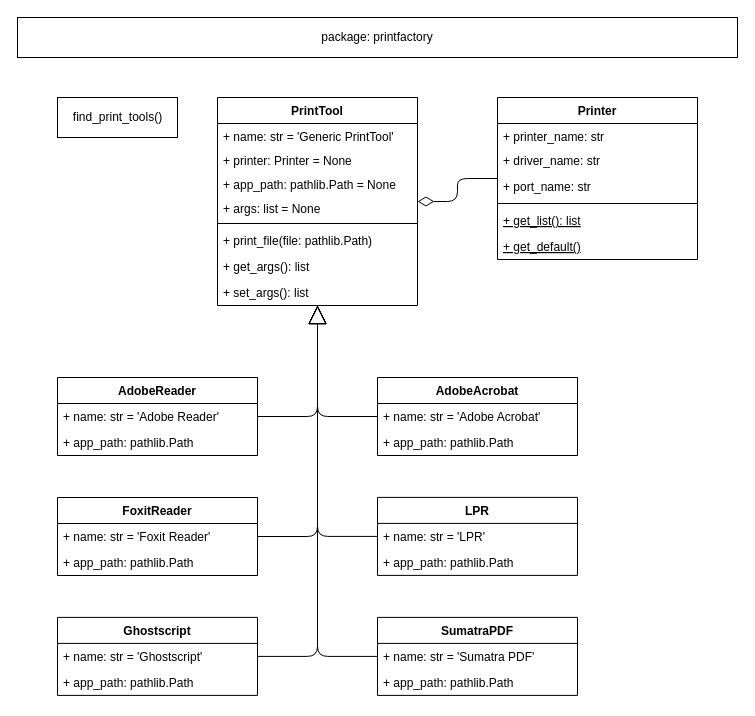
dl6nm/printfactory keeps this draw.io diagram as doc/printfactory.drawio. Above is the earlier version. Source tidied: cells renumbered, new cells numbered last; positions are measured from the earlier drawing's top-left corner, leaving out a move shared by most shapes. Both pictures are drawn from the tidied source at 100%, with x=0, y=0 at pixel (17, 17).
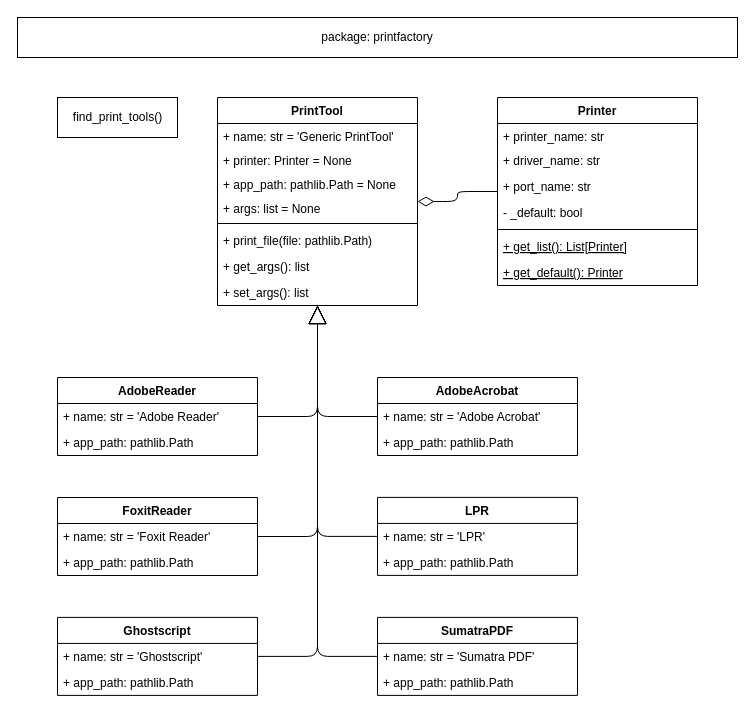
The same page after the edit.

Commit message (it also covers changes not shown here):
test: add attribute "default" to Printer class

This is for checking if a printer is the defaults system printer.

Diff of the diagram source:
```diff
@@
     <mxCell id="3" value="Printer" style="swimlane;fontStyle=1;align=center;verticalAlign=top;horizontal=1;startSize=26;" parent="1" vertex="1">
-      <mxGeometry x="480" y="80" width="200" height="162" as="geometry" />
+      <mxGeometry x="480" y="80" width="200" height="188" as="geometry" />
     </mxCell>
@@
+    <mxCell id="45" value="- _default: bool" style="text;strokeColor=none;fillColor=none;align=left;verticalAlign=top;spacingLeft=4;spacingRight=4;overflow=hidden;dashed=1;" parent="3" vertex="1">
+      <mxGeometry y="102" width="200" height="26" as="geometry" />
+    </mxCell>
     <mxCell id="7" style="line;strokeWidth=1;fillColor=none;align=left;verticalAlign=middle;spacingTop=-1;spacingLeft=3;spacingRight=3;labelPosition=right;" parent="3" vertex="1">
-      <mxGeometry y="102" width="200" height="8" as="geometry" />
+      <mxGeometry y="128" width="200" height="8" as="geometry" />
     </mxCell>
-    <mxCell id="8" value="+ get_list(): list" style="text;strokeColor=none;fillColor=none;align=left;verticalAlign=top;spacingLeft=4;spacingRight=4;overflow=hidden;dashed=1;fontStyle=4;" parent="3" vertex="1">
-      <mxGeometry y="110" width="200" height="26" as="geometry" />
+    <mxCell id="8" value="+ get_list(): List[Printer]" style="text;strokeColor=none;fillColor=none;align=left;verticalAlign=top;spacingLeft=4;spacingRight=4;overflow=hidden;dashed=1;fontStyle=4;" parent="3" vertex="1">
+      <mxGeometry y="136" width="200" height="26" as="geometry" />
     </mxCell>
-    <mxCell id="9" value="+ get_default()" style="text;strokeColor=none;fillColor=none;align=left;verticalAlign=top;spacingLeft=4;spacingRight=4;overflow=hidden;dashed=1;fontStyle=4;" parent="3" vertex="1">
-      <mxGeometry y="136" width="200" height="26" as="geometry" />
+    <mxCell id="9" value="+ get_default(): Printer" style="text;strokeColor=none;fillColor=none;align=left;verticalAlign=top;spacingLeft=4;spacingRight=4;overflow=hidden;dashed=1;fontStyle=4;" parent="3" vertex="1">
+      <mxGeometry y="162" width="200" height="26" as="geometry" />
     </mxCell>
```
